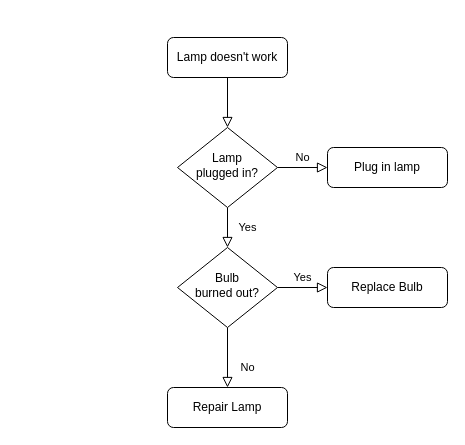
This is 제목 없는 다이어그램.drawio from sunbeekim/diagramEx, a draw.io file, before an edit. Source tidied: cells renumbered, new cells numbered last; positions are measured from the earlier drawing's top-left corner, leaving out a move shared by most shapes. Both pictures are drawn from the tidied source at 100%, with x=0, y=0 at pixel (167, 37).
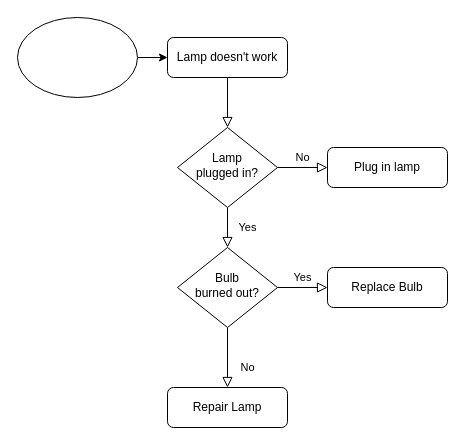
The same diagram, later.

Commit message:
제목 없는 다이어그램.drawio 업데이트

Diff of the diagram source:
```diff
@@
 <mxGraphModel>
   <root>
     <mxCell id="0" />
     <mxCell id="1" parent="0" />
     <mxCell id="2" style="rounded=0;html=1;jettySize=auto;fontSize=11;endArrow=block;endFill=0;endSize=8;strokeWidth=1;shadow=0;labelBackgroundColor=none;edgeStyle=orthogonalEdgeStyle;" parent="1" edge="1" source="3" target="6">
       <mxGeometry relative="1" as="geometry" />
     </mxCell>
     <mxCell id="3" value="Lamp doesn't work" style="rounded=1;whiteSpace=wrap;html=1;fontSize=12;glass=0;strokeWidth=1;shadow=0;" parent="1" vertex="1">
       <mxGeometry width="120" height="40" as="geometry" />
     </mxCell>
     <mxCell id="4" value="Yes" style="rounded=0;html=1;jettySize=auto;fontSize=11;endArrow=block;endFill=0;endSize=8;strokeWidth=1;shadow=0;labelBackgroundColor=none;edgeStyle=orthogonalEdgeStyle;" parent="1" edge="1" source="6" target="10">
       <mxGeometry y="20" relative="1" as="geometry" />
     </mxCell>
     <mxCell id="5" value="No" style="edgeStyle=orthogonalEdgeStyle;rounded=0;html=1;jettySize=auto;fontSize=11;endArrow=block;endFill=0;endSize=8;strokeWidth=1;shadow=0;labelBackgroundColor=none;" parent="1" edge="1" source="6" target="7">
       <mxGeometry y="10" relative="1" as="geometry" />
     </mxCell>
     <mxCell id="6" value="Lamp&lt;br&gt;plugged in?" style="rhombus;whiteSpace=wrap;html=1;shadow=0;fontFamily=Helvetica;fontSize=12;align=center;strokeWidth=1;spacing=6;spacingTop=-4;" parent="1" vertex="1">
       <mxGeometry x="10" y="90" width="100" height="80" as="geometry" />
     </mxCell>
     <mxCell id="7" value="Plug in lamp" style="rounded=1;whiteSpace=wrap;html=1;fontSize=12;glass=0;strokeWidth=1;shadow=0;" parent="1" vertex="1">
       <mxGeometry x="160" y="110" width="120" height="40" as="geometry" />
     </mxCell>
     <mxCell id="8" value="No" style="rounded=0;html=1;jettySize=auto;fontSize=11;endArrow=block;endFill=0;endSize=8;strokeWidth=1;shadow=0;labelBackgroundColor=none;edgeStyle=orthogonalEdgeStyle;" parent="1" edge="1" source="10" target="11">
       <mxGeometry x="0.33" y="20" relative="1" as="geometry" />
     </mxCell>
     <mxCell id="9" value="Yes" style="edgeStyle=orthogonalEdgeStyle;rounded=0;html=1;jettySize=auto;fontSize=11;endArrow=block;endFill=0;endSize=8;strokeWidth=1;shadow=0;labelBackgroundColor=none;" parent="1" edge="1" source="10" target="12">
       <mxGeometry y="10" relative="1" as="geometry" />
     </mxCell>
     <mxCell id="10" value="Bulb&lt;br&gt;burned out?" style="rhombus;whiteSpace=wrap;html=1;shadow=0;fontFamily=Helvetica;fontSize=12;align=center;strokeWidth=1;spacing=6;spacingTop=-4;" parent="1" vertex="1">
       <mxGeometry x="10" y="210" width="100" height="80" as="geometry" />
     </mxCell>
     <mxCell id="11" value="Repair Lamp" style="rounded=1;whiteSpace=wrap;html=1;fontSize=12;glass=0;strokeWidth=1;shadow=0;" parent="1" vertex="1">
       <mxGeometry y="350" width="120" height="40" as="geometry" />
     </mxCell>
     <mxCell id="12" value="Replace Bulb" style="rounded=1;whiteSpace=wrap;html=1;fontSize=12;glass=0;strokeWidth=1;shadow=0;" parent="1" vertex="1">
       <mxGeometry x="160" y="230" width="120" height="40" as="geometry" />
     </mxCell>
+    <mxCell id="13" style="edgeStyle=orthogonalEdgeStyle;rounded=0;jettySize=auto;html=1;exitX=1;exitY=0.5;exitDx=0;exitDy=0;entryX=0;entryY=0.5;entryDx=0;entryDy=0;" parent="1" edge="1" source="14" target="3">
+      <mxGeometry relative="1" as="geometry" />
+    </mxCell>
+    <mxCell id="14" style="ellipse;whiteSpace=wrap;html=1;" parent="1" vertex="1">
+      <mxGeometry x="-150" y="-20" width="120" height="80" as="geometry" />
+    </mxCell>
   </root>
 </mxGraphModel>
```
